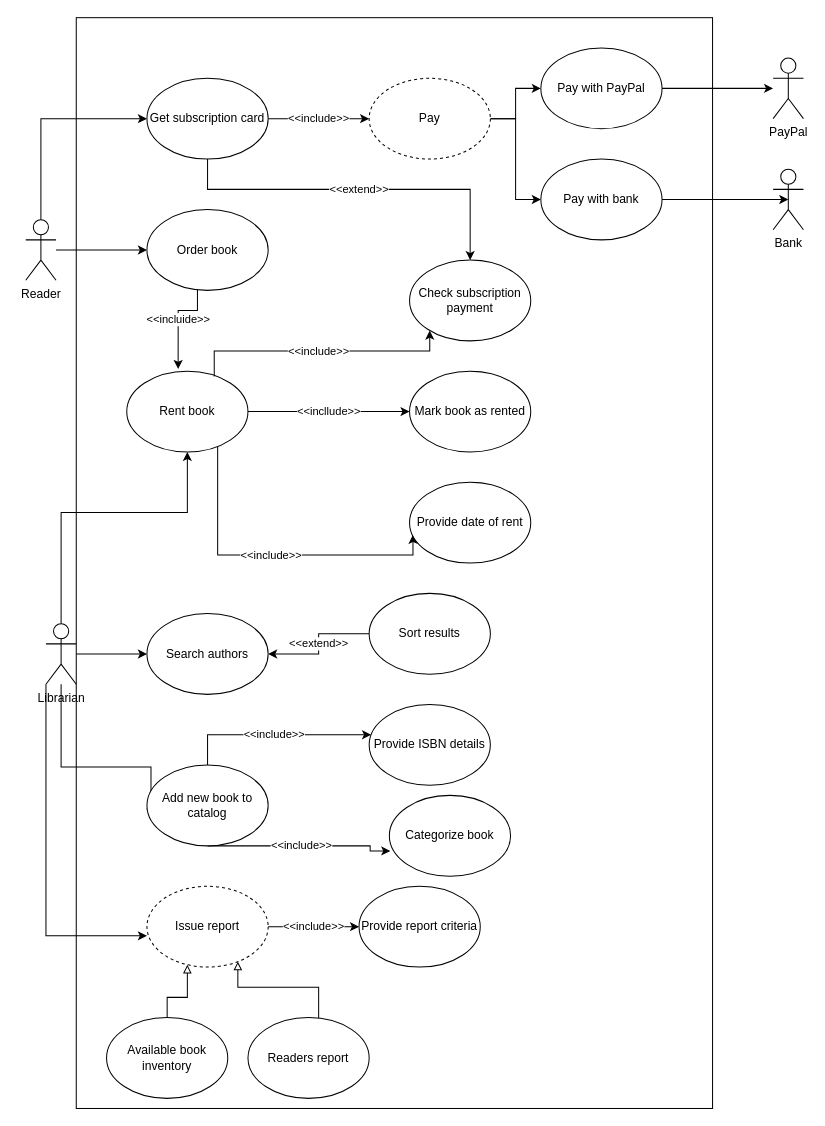
Earlier version of the draw.io diagram page "lab-01-use-case" (1 of 2) of lab-01/hss-lab-01.drawio (ivanchuchulski/highly-secure-software). Source tidied: cells renumbered, new cells numbered last; positions are measured from the earlier drawing's top-left corner, leaving out a move shared by most shapes. Both pictures are drawn from the tidied source at 101%, with x=0, y=0 at pixel (25, 17).
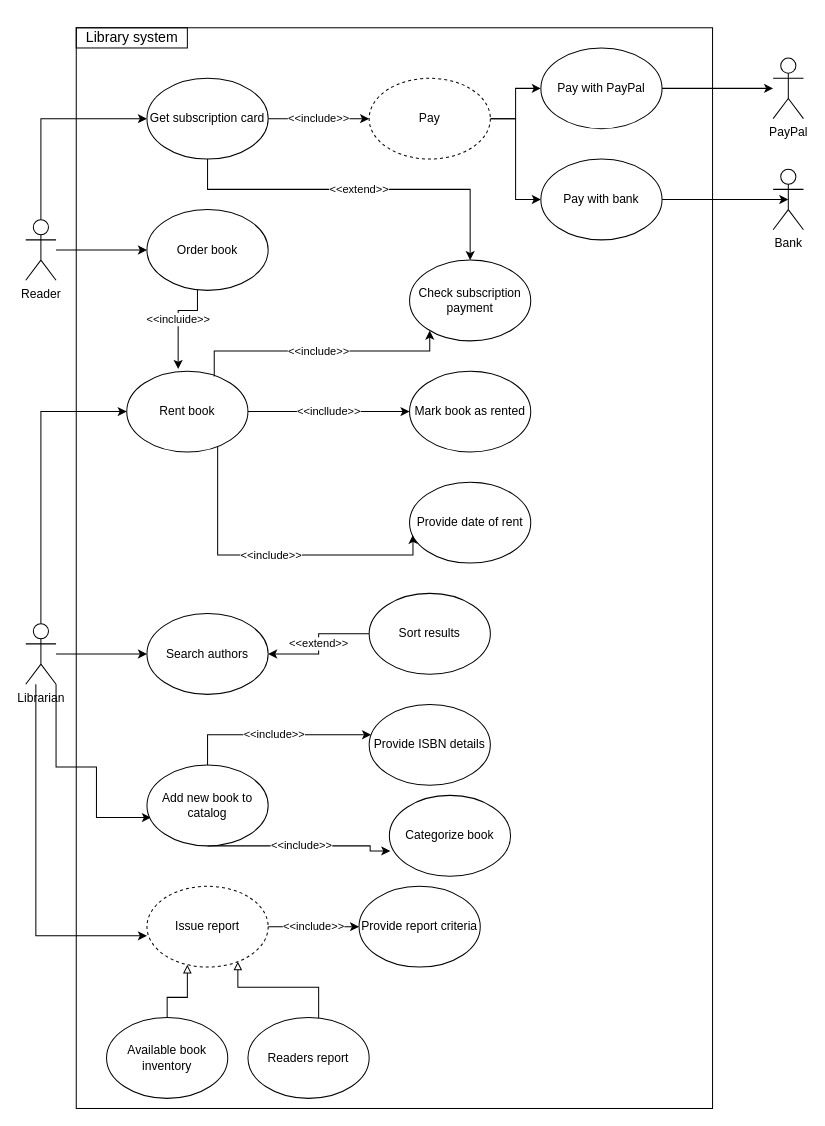
The same page after the edit.

Commit message:
lab-01-add misuse diagram

The change refers to these unchanged cells:
```xml
<mxCell id="5" value="Rent book" style="ellipse;whiteSpace=wrap;html=1;" parent="1" vertex="1">
  <mxGeometry x="100" y="350" width="120" height="80" as="geometry" />
</mxCell>
<mxCell id="14" value="Issue report" style="ellipse;whiteSpace=wrap;html=1;dashed=1;" parent="1" vertex="1">
  <mxGeometry x="120" y="860" width="120" height="80" as="geometry" />
</mxCell>
<mxCell id="18" value="Add new book to catalog" style="ellipse;whiteSpace=wrap;html=1;" parent="1" vertex="1">
  <mxGeometry x="120" y="740" width="120" height="80" as="geometry" />
</mxCell>
```

The edit, as a diff of the source:
```diff
@@
     <mxCell id="2" style="rounded=0;whiteSpace=wrap;html=1;strokeColor=default;" parent="1" vertex="1">
-      <mxGeometry x="50" width="630" height="1080" as="geometry" />
+      <mxGeometry x="50" y="10" width="630" height="1070" as="geometry" />
     </mxCell>
@@
     <mxCell id="7" style="edgeStyle=orthogonalEdgeStyle;rounded=0;jettySize=auto;html=1;endArrow=classic;endFill=1;" parent="1" edge="1" source="11" target="5">
       <mxGeometry relative="1" as="geometry">
         <Array as="points">
-          <mxPoint x="35" y="490" />
+          <mxPoint x="15" y="390" />
         </Array>
       </mxGeometry>
     </mxCell>
@@
     <mxCell id="9" style="edgeStyle=orthogonalEdgeStyle;rounded=0;jettySize=auto;html=1;entryX=0.033;entryY=0.65;entryDx=0;entryDy=0;entryPerimeter=0;endArrow=classic;endFill=1;" parent="1" edge="1" source="11" target="18">
       <mxGeometry relative="1" as="geometry">
         <Array as="points">
-          <mxPoint x="35" y="742" />
+          <mxPoint x="30" y="742" />
+          <mxPoint x="70" y="742" />
+          <mxPoint x="70" y="792" />
         </Array>
       </mxGeometry>
     </mxCell>
     <mxCell id="10" style="edgeStyle=orthogonalEdgeStyle;rounded=0;jettySize=auto;html=1;entryX=0;entryY=0.613;entryDx=0;entryDy=0;entryPerimeter=0;endArrow=classic;endFill=1;" parent="1" edge="1" source="11" target="14">
       <mxGeometry relative="1" as="geometry">
         <Array as="points">
-          <mxPoint x="20" y="909" />
+          <mxPoint x="10" y="909" />
         </Array>
       </mxGeometry>
     </mxCell>
     <mxCell id="11" value="Librarian" style="shape=umlActor;verticalLabelPosition=bottom;verticalAlign=top;html=1;outlineConnect=0;" parent="1" vertex="1">
-      <mxGeometry x="20" y="600" width="30" height="60" as="geometry" />
+      <mxGeometry y="600" width="30" height="60" as="geometry" />
     </mxCell>
@@
+    <mxCell id="47" value="Library system" style="text;html=1;align=center;verticalAlign=middle;strokeColor=default;fillColor=none;fontSize=14;" parent="1" vertex="1">
+      <mxGeometry x="50" y="10" width="110" height="20" as="geometry" />
+    </mxCell>
```
